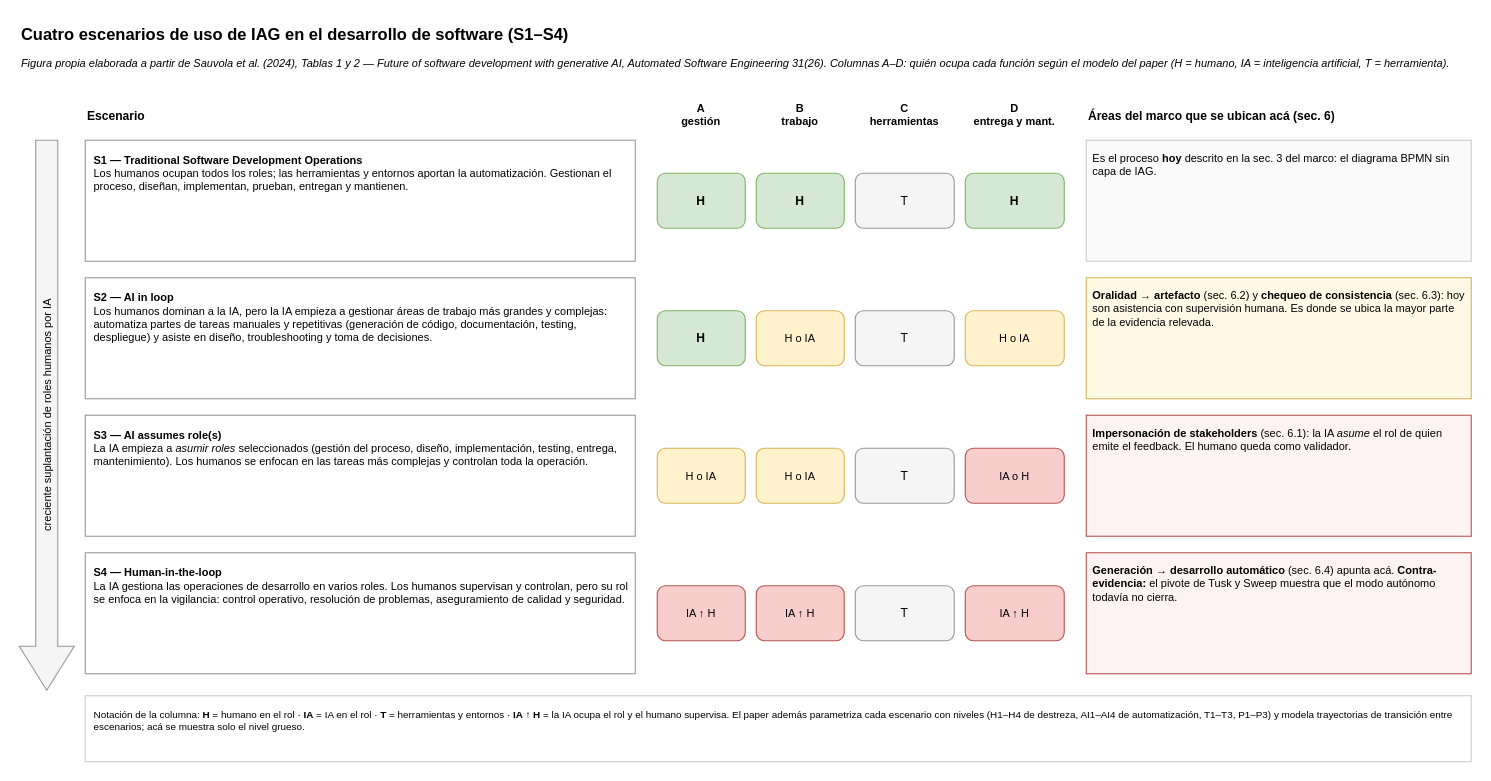
Above: sprint 15/diagramas/escenarios_s1_s4.drawio in vickychappuis/Tesis (draw.io), before the change. Source tidied: cells renumbered, new cells numbered last; positions are measured from the earlier drawing's top-left corner, leaving out a move shared by most shapes. Both pictures are drawn from the tidied source at 110%, with x=0, y=0 at pixel (19, 19).
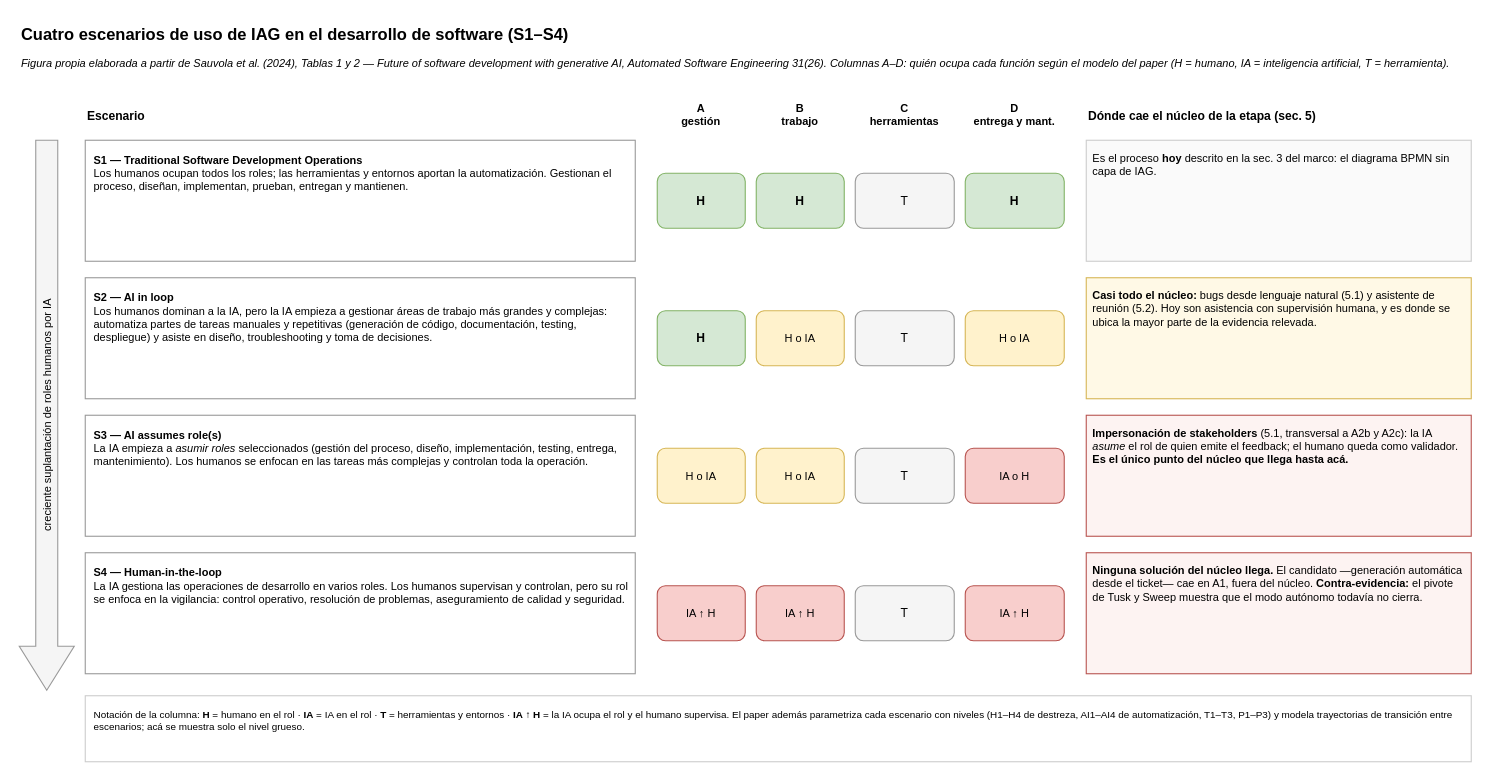
Above is the later version.

The edit, as a diff of the source:
```diff
@@
-    <mxCell id="9" value="Áreas del marco que se ubican acá (sec. 6)" style="text;html=1;strokeColor=none;fillColor=none;align=left;verticalAlign=middle;fontSize=11;fontStyle=1;" parent="1" vertex="1">
+    <mxCell id="9" value="Dónde cae el núcleo de la etapa (sec. 5)" style="text;html=1;strokeColor=none;fillColor=none;align=left;verticalAlign=middle;fontSize=11;fontStyle=1;" parent="1" vertex="1">
       <mxGeometry x="970" y="76" width="350" height="24" as="geometry" />
     </mxCell>
@@
-    <mxCell id="22" value="&lt;b&gt;Oralidad → artefacto&lt;/b&gt; (sec. 6.2) y &lt;b&gt;chequeo de consistencia&lt;/b&gt; (sec. 6.3): hoy son asistencia con supervisión humana. Es donde se ubica la mayor parte de la evidencia relevada." style="text;html=1;whiteSpace=wrap;strokeColor=#D6B656;fillColor=#FFF9E6;align=left;verticalAlign=top;spacing=6;fontSize=10;" parent="1" vertex="1">
+    <mxCell id="22" value="&lt;b&gt;Casi todo el núcleo:&lt;/b&gt; bugs desde lenguaje natural (5.1) y asistente de reunión (5.2). Hoy son asistencia con supervisión humana, y es donde se ubica la mayor parte de la evidencia relevada." style="text;html=1;whiteSpace=wrap;strokeColor=#D6B656;fillColor=#FFF9E6;align=left;verticalAlign=top;spacing=6;fontSize=10;" parent="1" vertex="1">
       <mxGeometry x="970" y="235" width="350" height="110" as="geometry" />
     </mxCell>
@@
-    <mxCell id="28" value="&lt;b&gt;Impersonación de stakeholders&lt;/b&gt; (sec. 6.1): la IA &lt;i&gt;asume&lt;/i&gt; el rol de quien emite el feedback. El humano queda como validador." style="text;html=1;whiteSpace=wrap;strokeColor=#B85450;fillColor=#FDF3F2;align=left;verticalAlign=top;spacing=6;fontSize=10;" parent="1" vertex="1">
+    <mxCell id="28" value="&lt;b&gt;Impersonación de stakeholders&lt;/b&gt; (5.1, transversal a A2b y A2c): la IA &lt;i&gt;asume&lt;/i&gt; el rol de quien emite el feedback; el humano queda como validador. &lt;b&gt;Es el único punto del núcleo que llega hasta acá.&lt;/b&gt;" style="text;html=1;whiteSpace=wrap;strokeColor=#B85450;fillColor=#FDF3F2;align=left;verticalAlign=top;spacing=6;fontSize=10;" parent="1" vertex="1">
       <mxGeometry x="970" y="360" width="350" height="110" as="geometry" />
     </mxCell>
@@
-    <mxCell id="34" value="&lt;b&gt;Generación → desarrollo automático&lt;/b&gt; (sec. 6.4) apunta acá. &lt;b&gt;Contra-evidencia:&lt;/b&gt; el pivote de Tusk y Sweep muestra que el modo autónomo todavía no cierra." style="text;html=1;whiteSpace=wrap;strokeColor=#B85450;fillColor=#FDF3F2;align=left;verticalAlign=top;spacing=6;fontSize=10;" parent="1" vertex="1">
+    <mxCell id="34" value="&lt;b&gt;Ninguna solución del núcleo llega.&lt;/b&gt; El candidato —generación automática desde el ticket— cae en A1, fuera del núcleo. &lt;b&gt;Contra-evidencia:&lt;/b&gt; el pivote de Tusk y Sweep muestra que el modo autónomo todavía no cierra." style="text;html=1;whiteSpace=wrap;strokeColor=#B85450;fillColor=#FDF3F2;align=left;verticalAlign=top;spacing=6;fontSize=10;" parent="1" vertex="1">
       <mxGeometry x="970" y="485" width="350" height="110" as="geometry" />
     </mxCell>
```
